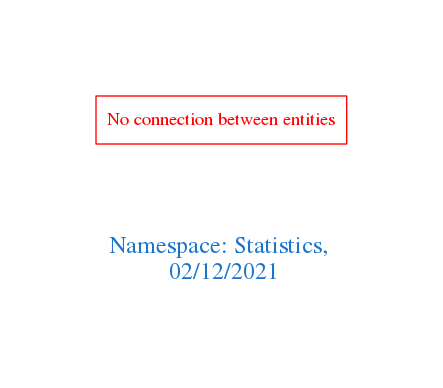
Above: downloads/Statistics.png in arago/OGIT (Graphviz), before the change. Its source is kept beside it as downloads/Statistics.dot.
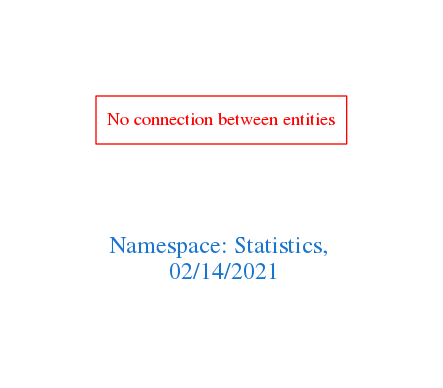
Above is the later version.

Change to the diagram source:
```diff
@@ -1,7 +1,7 @@
 digraph OGIT_ontology {
  graph [ rankdir= LR,pad=1
 fontsize = 18,
-fontcolor= dodgerblue3,label = "\n\n\nNamespace: Statistics, \n 02/12/2021"];
+fontcolor= dodgerblue3,label = "\n\n\nNamespace: Statistics, \n 02/14/2021"];
 node[shape=polygon];
 edge [  color="gray81"];
 
```
